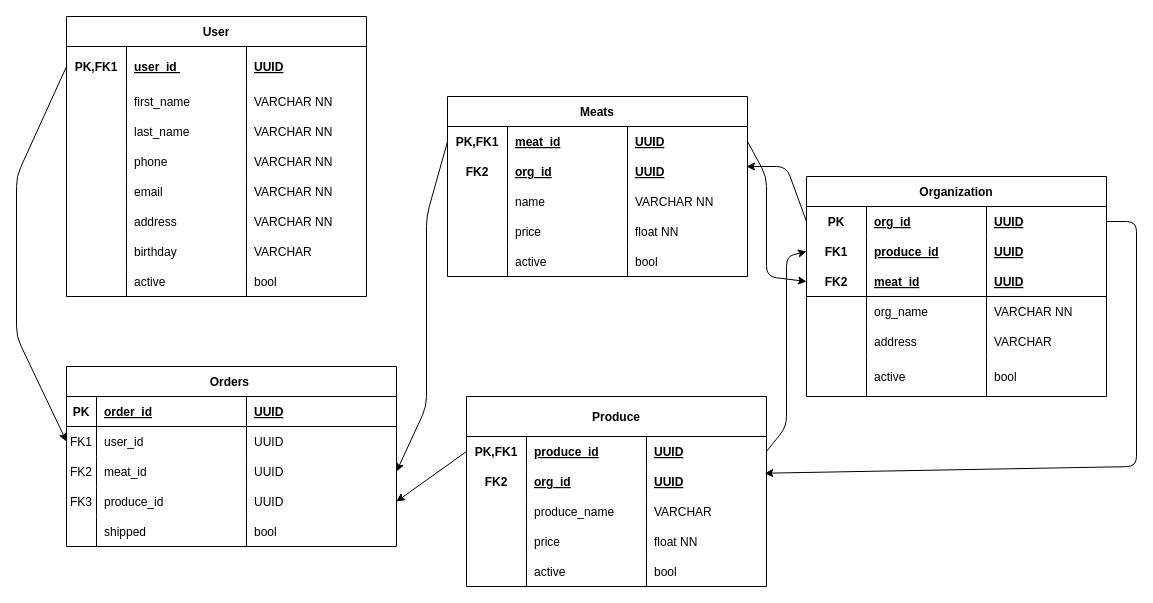
mitchell-devpipline/BEcapstone keeps this draw.io diagram as erd.drawio. Above is the earlier version. Source tidied: cells renumbered, new cells numbered last; positions are measured from the earlier drawing's top-left corner, leaving out a move shared by most shapes. Both pictures are drawn from the tidied source at 100%, with x=0, y=0 at pixel (16, 16).
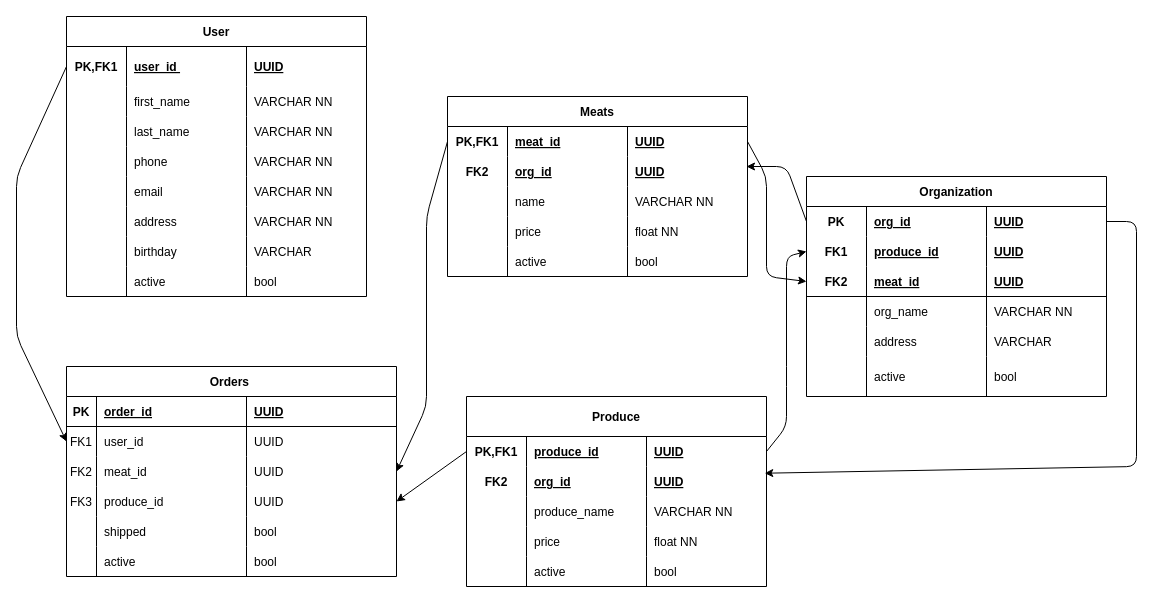
Above is the later version.

The change refers to these unchanged cells:
```xml
<mxCell id="44" style="shape=tableRow;horizontal=0;startSize=0;swimlaneHead=0;swimlaneBody=0;fillColor=none;top=0;left=0;right=0;bottom=0;" parent="35" vertex="1">
  <mxGeometry y="100" width="300" height="30" as="geometry" />
</mxCell>
```

Diff of the diagram source:
```diff
@@
-    <mxCell id="47" value="VARCHAR" style="shape=partialRectangle;fillColor=none;top=0;left=0;bottom=0;right=0;align=left;spacingLeft=6;overflow=hidden;" parent="44" vertex="1">
+    <mxCell id="47" value="VARCHAR NN" style="shape=partialRectangle;fillColor=none;top=0;left=0;bottom=0;right=0;align=left;spacingLeft=6;overflow=hidden;" parent="44" vertex="1">
       <mxGeometry x="180" width="120" height="30" as="geometry" />
     </mxCell>
@@
     <mxCell id="105" value="Orders " style="shape=table;startSize=30;childLayout=tableLayout;rowLines=0;fontStyle=1;align=center;" parent="1" vertex="1">
-      <mxGeometry x="50" y="350" width="330" height="180" as="geometry" />
+      <mxGeometry x="50" y="350" width="330" height="210" as="geometry" />
     </mxCell>
@@
+    <mxCell id="131" style="shape=tableRow;horizontal=0;startSize=0;swimlaneHead=0;swimlaneBody=0;fillColor=none;top=0;left=0;right=0;bottom=0;" parent="105" vertex="1">
+      <mxGeometry y="180" width="330" height="30" as="geometry" />
+    </mxCell>
+    <mxCell id="132" style="shape=partialRectangle;fillColor=none;top=0;left=0;bottom=0;right=0;overflow=hidden;" parent="131" vertex="1">
+      <mxGeometry width="30" height="30" as="geometry" />
+    </mxCell>
+    <mxCell id="133" value="active " style="shape=partialRectangle;fillColor=none;top=0;left=0;bottom=0;right=0;align=left;spacingLeft=6;overflow=hidden;" parent="131" vertex="1">
+      <mxGeometry x="30" width="150" height="30" as="geometry" />
+    </mxCell>
+    <mxCell id="134" value="bool" style="shape=partialRectangle;fillColor=none;top=0;left=0;bottom=0;right=0;align=left;spacingLeft=6;overflow=hidden;" parent="131" vertex="1">
+      <mxGeometry x="180" width="150" height="30" as="geometry" />
+    </mxCell>
```
